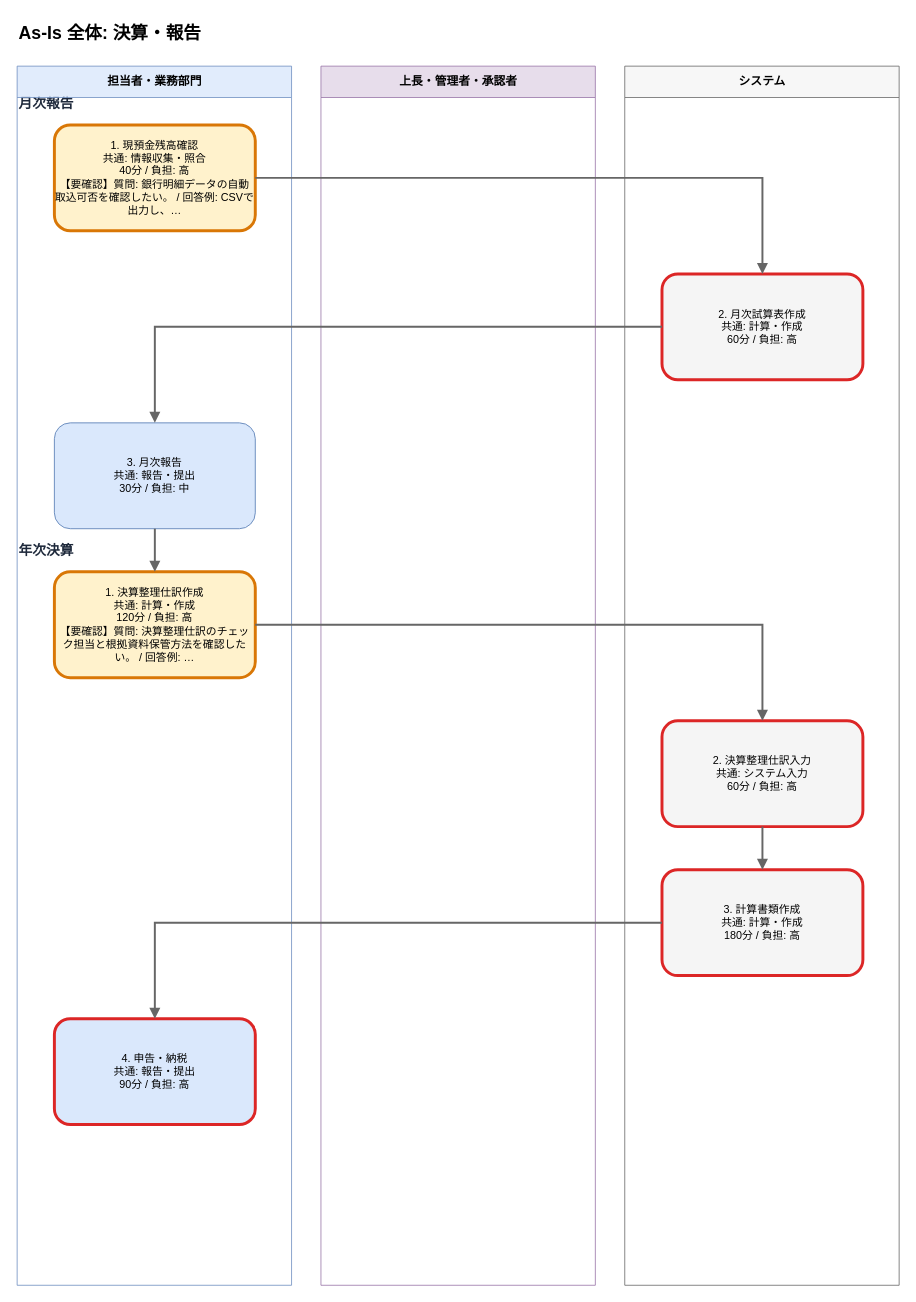
Above: output/flows/asis_決算_報告_20260608.drawio in Toshiki811/ai-business-analysis-heatmap (draw.io), before the change. Source tidied: cells renumbered, new cells numbered last; positions are measured from the earlier drawing's top-left corner, leaving out a move shared by most shapes. Both pictures are drawn from the tidied source at 98%, with x=0, y=0 at pixel (17, 17).
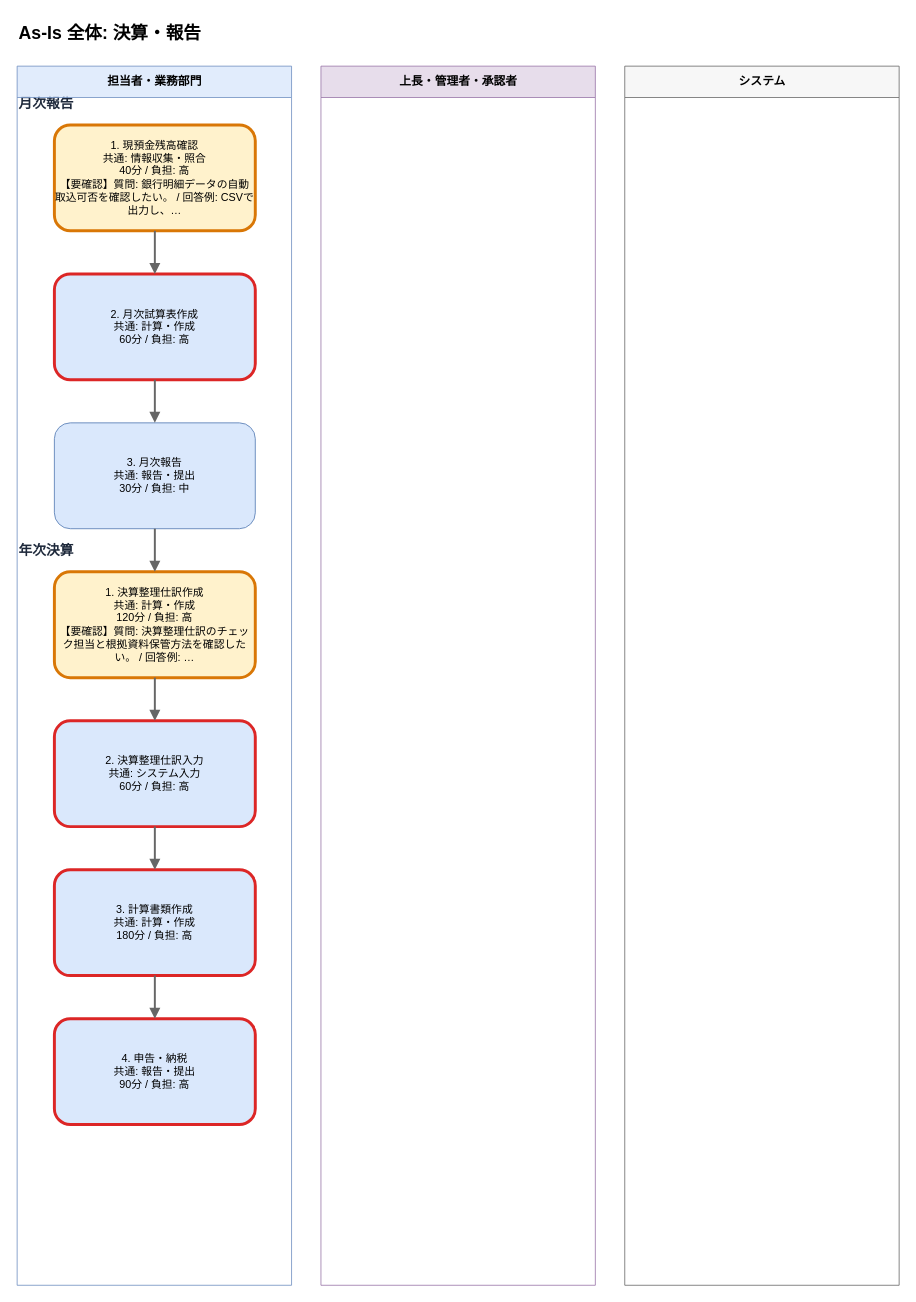
After the change.

Diff of the diagram source:
```diff
@@
-    <mxCell id="9" value="2. 月次試算表作成&#10;共通: 計算・作成&#10;60分 / 負担: 高" style="rounded=1;whiteSpace=wrap;html=1;fillColor=#f5f5f5;strokeColor=#dc2626;strokeWidth=3;fontSize=11;fontColor=#000000;" parent="1" vertex="1">
-      <mxGeometry x="658" y="262" width="205" height="108" as="geometry" />
+    <mxCell id="9" value="2. 月次試算表作成&#10;共通: 計算・作成&#10;60分 / 負担: 高" style="rounded=1;whiteSpace=wrap;html=1;fillColor=#dae8fc;strokeColor=#dc2626;strokeWidth=3;fontSize=11;fontColor=#000000;" parent="1" vertex="1">
+      <mxGeometry x="38" y="262" width="205" height="108" as="geometry" />
     </mxCell>
@@
-    <mxCell id="12" value="2. 決算整理仕訳入力&#10;共通: システム入力&#10;60分 / 負担: 高" style="rounded=1;whiteSpace=wrap;html=1;fillColor=#f5f5f5;strokeColor=#dc2626;strokeWidth=3;fontSize=11;fontColor=#000000;" parent="1" vertex="1">
-      <mxGeometry x="658" y="718" width="205" height="108" as="geometry" />
+    <mxCell id="12" value="2. 決算整理仕訳入力&#10;共通: システム入力&#10;60分 / 負担: 高" style="rounded=1;whiteSpace=wrap;html=1;fillColor=#dae8fc;strokeColor=#dc2626;strokeWidth=3;fontSize=11;fontColor=#000000;" parent="1" vertex="1">
+      <mxGeometry x="38" y="718" width="205" height="108" as="geometry" />
     </mxCell>
-    <mxCell id="13" value="3. 計算書類作成&#10;共通: 計算・作成&#10;180分 / 負担: 高" style="rounded=1;whiteSpace=wrap;html=1;fillColor=#f5f5f5;strokeColor=#dc2626;strokeWidth=3;fontSize=11;fontColor=#000000;" parent="1" vertex="1">
-      <mxGeometry x="658" y="870" width="205" height="108" as="geometry" />
+    <mxCell id="13" value="3. 計算書類作成&#10;共通: 計算・作成&#10;180分 / 負担: 高" style="rounded=1;whiteSpace=wrap;html=1;fillColor=#dae8fc;strokeColor=#dc2626;strokeWidth=3;fontSize=11;fontColor=#000000;" parent="1" vertex="1">
+      <mxGeometry x="38" y="870" width="205" height="108" as="geometry" />
     </mxCell>
```
